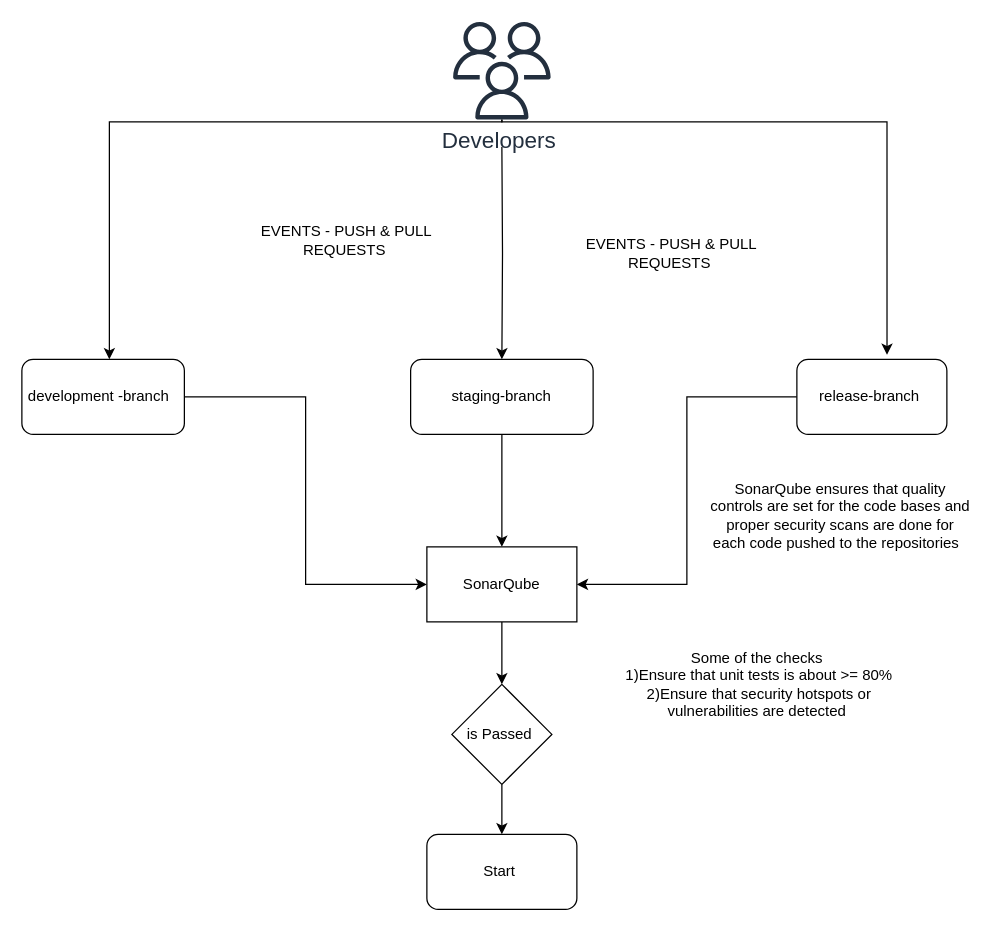
This is icurity.drawio from tyger-rareatom/consulting-architectures, a draw.io file, before an edit. Source tidied: cells renumbered, new cells numbered last; positions are measured from the earlier drawing's top-left corner, leaving out a move shared by most shapes. Both pictures are drawn from the tidied source at 125%, with x=0, y=0 at pixel (21, 21).
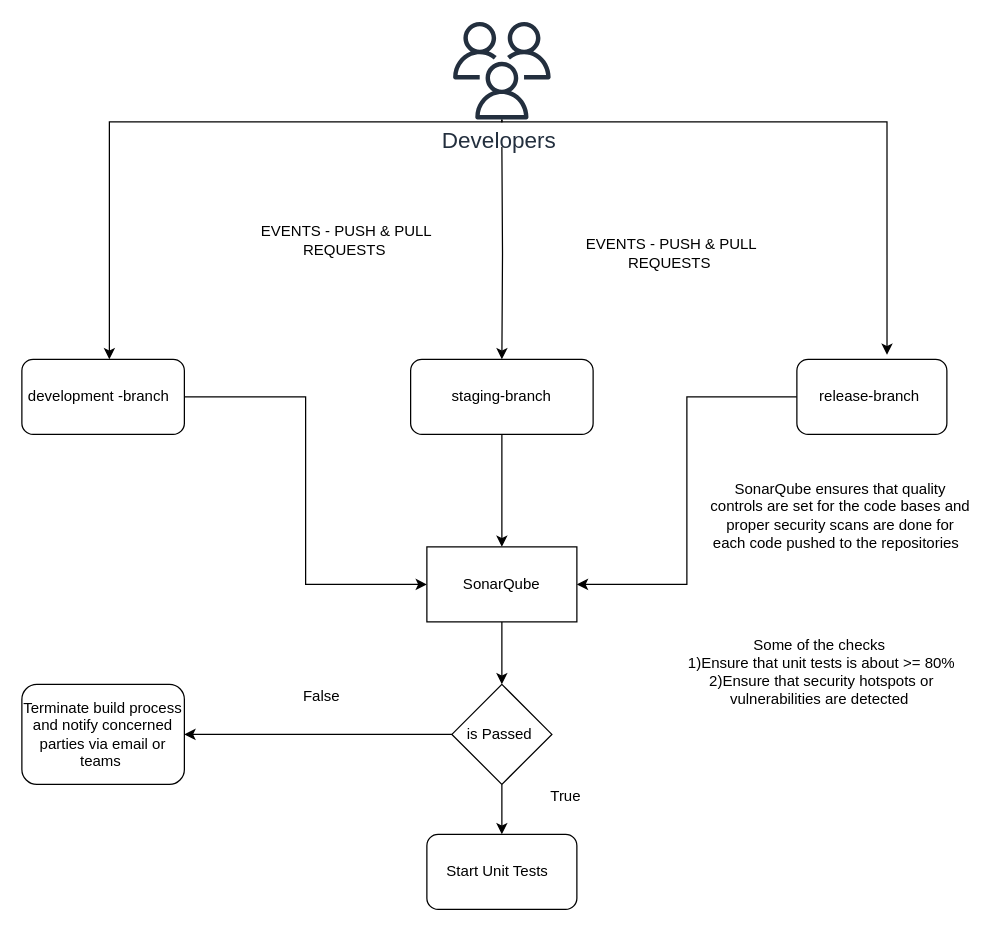
The same diagram, later.

Commit message:
Enhancing the architectures

The change refers to these unchanged cells:
```xml
<mxCell id="18" value="is Passed&amp;nbsp;" style="rhombus;whiteSpace=wrap;html=1;" parent="1" vertex="1">
  <mxGeometry x="344" y="530" width="80" height="80" as="geometry" />
</mxCell>
```

Diff of the diagram source:
```diff
@@
+    <mxCell id="21" style="edgeStyle=orthogonalEdgeStyle;rounded=0;jettySize=auto;html=1;" parent="1" edge="1" source="18" target="23">
+      <mxGeometry relative="1" as="geometry" />
+    </mxCell>
@@
     <mxCell id="19" value="Some of the checks&amp;nbsp;&lt;br&gt;1)Ensure that unit tests is about &amp;gt;= 80%&lt;br&gt;2)Ensure that security hotspots or vulnerabilities are detected&amp;nbsp;" style="text;html=1;strokeColor=none;fillColor=none;align=center;verticalAlign=middle;whiteSpace=wrap;rounded=0;" parent="1" vertex="1">
-      <mxGeometry x="480" y="480" width="220" height="100" as="geometry" />
+      <mxGeometry x="530" y="470" width="220" height="100" as="geometry" />
     </mxCell>
-    <mxCell id="20" value="Start&amp;nbsp;" style="rounded=1;whiteSpace=wrap;html=1;" parent="1" vertex="1">
+    <mxCell id="20" value="Start Unit Tests&amp;nbsp;&amp;nbsp;" style="rounded=1;whiteSpace=wrap;html=1;" parent="1" vertex="1">
       <mxGeometry x="324" y="650" width="120" height="60" as="geometry" />
     </mxCell>
+    <mxCell id="22" value="True&amp;nbsp;" style="text;html=1;strokeColor=none;fillColor=none;align=center;verticalAlign=middle;whiteSpace=wrap;rounded=0;" parent="1" vertex="1">
+      <mxGeometry x="417" y="610" width="40" height="20" as="geometry" />
+    </mxCell>
+    <mxCell id="23" value="Terminate build process and notify concerned parties via email or teams&amp;nbsp;" style="rounded=1;whiteSpace=wrap;html=1;" parent="1" vertex="1">
+      <mxGeometry y="530" width="130" height="80" as="geometry" />
+    </mxCell>
+    <mxCell id="24" value="False" style="text;html=1;strokeColor=none;fillColor=none;align=center;verticalAlign=middle;whiteSpace=wrap;rounded=0;" parent="1" vertex="1">
+      <mxGeometry x="220" y="530" width="40" height="20" as="geometry" />
+    </mxCell>
```
